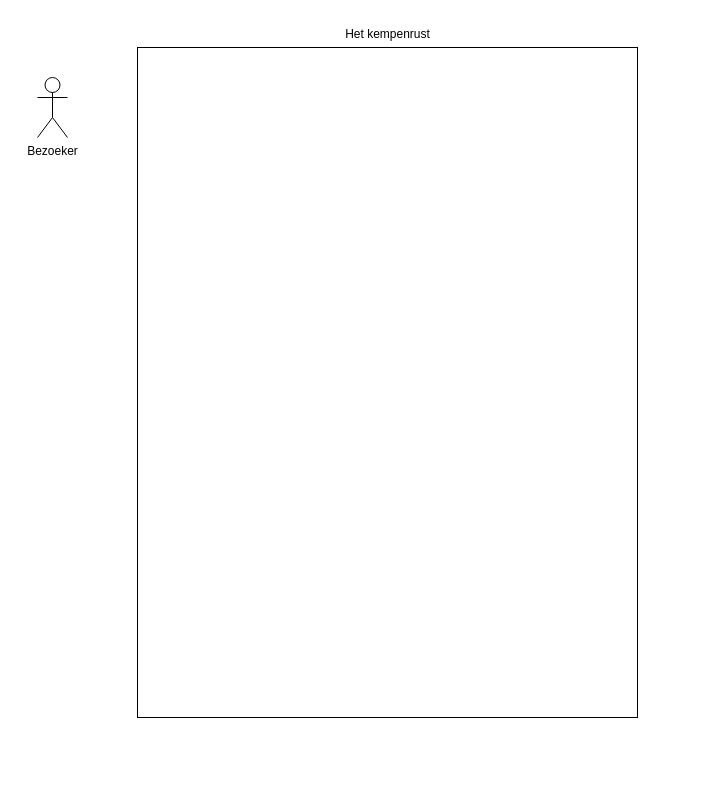
Above: Untitled Diagram.drawio in r0808423/ProjectUseCase (draw.io), before the change. Source tidied: cells renumbered, new cells numbered last; positions are measured from the earlier drawing's top-left corner, leaving out a move shared by most shapes. Both pictures are drawn from the tidied source at 100%, with x=0, y=0 at pixel (37, 24).
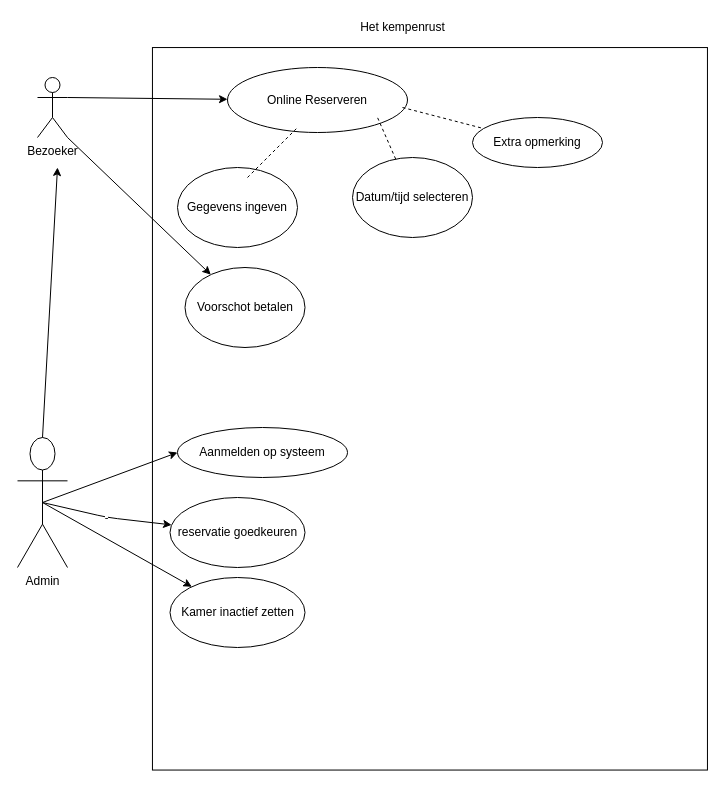
The same page after the edit.

The change refers to these unchanged cells:
```xml
<mxCell id="4" value="Bezoeker" style="shape=umlActor;verticalLabelPosition=bottom;labelBackgroundColor=#ffffff;verticalAlign=top;html=1;outlineConnect=0;" parent="1" vertex="1">
  <mxGeometry y="53" width="30" height="60" as="geometry" />
</mxCell>
```

What changed in the source:
```diff
@@
-    <mxCell id="2" style="rounded=0;whiteSpace=wrap;html=1;rotation=90;" parent="1" vertex="1">
-      <mxGeometry x="15" y="108" width="670" height="500" as="geometry" />
-    </mxCell>
     <mxCell id="3" value="Het kempenrust" style="text;html=1;align=center;verticalAlign=middle;" parent="1" vertex="1">
-      <mxGeometry x="300" width="100" height="20" as="geometry" />
+      <mxGeometry x="315" y="-7" width="100" height="20" as="geometry" />
     </mxCell>
@@
+    <mxCell id="5" value="Admin" style="shape=umlActor;verticalLabelPosition=bottom;labelBackgroundColor=#ffffff;verticalAlign=top;html=1;outlineConnect=0;" parent="1" vertex="1">
+      <mxGeometry x="-20" y="413" width="50" height="130" as="geometry" />
+    </mxCell>
+    <mxCell id="6" style="endArrow=classic;html=1;" parent="1" edge="1" source="2">
+      <mxGeometry relative="1" as="geometry">
+        <mxPoint x="380" y="313" as="targetPoint" />
+      </mxGeometry>
+    </mxCell>
+    <mxCell id="2" style="rounded=0;whiteSpace=wrap;html=1;rotation=90;" parent="1" vertex="1">
+      <mxGeometry x="31.2" y="106.8" width="722.5" height="555" as="geometry" />
+    </mxCell>
+    <mxCell id="7" style="endArrow=classic;html=1;exitX=0.5;exitY=0;exitDx=0;exitDy=0;exitPerimeter=0;" parent="1" edge="1" source="5">
+      <mxGeometry relative="1" as="geometry">
+        <mxPoint x="20" y="143" as="targetPoint" />
+      </mxGeometry>
+    </mxCell>
+    <mxCell id="8" value="Aanmelden op systeem" style="ellipse;whiteSpace=wrap;html=1;" parent="1" vertex="1">
+      <mxGeometry x="140" y="403" width="170" height="50" as="geometry" />
+    </mxCell>
+    <mxCell id="9" value="Online Reserveren" style="ellipse;whiteSpace=wrap;html=1;" parent="1" vertex="1">
+      <mxGeometry x="190" y="43" width="180" height="65" as="geometry" />
+    </mxCell>
+    <mxCell id="10" style="endArrow=classic;html=1;exitX=1;exitY=0.3333333333333333;exitDx=0;exitDy=0;exitPerimeter=0;" parent="1" edge="1" source="4" target="9">
+      <mxGeometry relative="1" as="geometry" />
+    </mxCell>
+    <mxCell id="11" style="endArrow=classic;html=1;entryX=0;entryY=0.5;entryDx=0;entryDy=0;exitX=0.5;exitY=0.5;exitDx=0;exitDy=0;exitPerimeter=0;" parent="1" edge="1" source="5" target="8">
+      <mxGeometry relative="1" as="geometry" />
+    </mxCell>
+    <mxCell id="12" value="Datum/tijd selecteren" style="ellipse;whiteSpace=wrap;html=1;" parent="1" vertex="1">
+      <mxGeometry x="315" y="133" width="120" height="80" as="geometry" />
+    </mxCell>
+    <mxCell id="13" value="Gegevens ingeven" style="ellipse;whiteSpace=wrap;html=1;" parent="1" vertex="1">
+      <mxGeometry x="140" y="143" width="120" height="80" as="geometry" />
+    </mxCell>
+    <mxCell id="14" value="Extra opmerking" style="ellipse;whiteSpace=wrap;html=1;" parent="1" vertex="1">
+      <mxGeometry x="435" y="93" width="130" height="50" as="geometry" />
+    </mxCell>
+    <mxCell id="15" value="-&lt;br&gt;" style="endArrow=classic;html=1;exitX=0.5;exitY=0.5;exitDx=0;exitDy=0;exitPerimeter=0;" parent="1" edge="1" source="5" target="16">
+      <mxGeometry relative="1" as="geometry">
+        <Array as="points">
+          <mxPoint x="70" y="493" />
+        </Array>
+      </mxGeometry>
+    </mxCell>
+    <mxCell id="16" value="reservatie goedkeuren" style="ellipse;whiteSpace=wrap;html=1;" parent="1" vertex="1">
+      <mxGeometry x="132.5" y="473" width="135" height="70" as="geometry" />
+    </mxCell>
+    <mxCell id="17" style="endArrow=none;dashed=1;html=1;" parent="1" edge="1">
+      <mxGeometry relative="1" as="geometry">
+        <mxPoint x="210" y="153" as="sourcePoint" />
+        <mxPoint x="260" y="103" as="targetPoint" />
+      </mxGeometry>
+    </mxCell>
+    <mxCell id="18" style="endArrow=none;dashed=1;html=1;" parent="1" edge="1" source="12">
+      <mxGeometry relative="1" as="geometry">
+        <mxPoint x="340" y="93" as="targetPoint" />
+      </mxGeometry>
+    </mxCell>
+    <mxCell id="19" style="endArrow=none;dashed=1;html=1;" parent="1" edge="1" target="14">
+      <mxGeometry relative="1" as="geometry">
+        <mxPoint x="365" y="83" as="sourcePoint" />
+      </mxGeometry>
+    </mxCell>
+    <mxCell id="20" value="Voorschot betalen" style="ellipse;whiteSpace=wrap;html=1;" parent="1" vertex="1">
+      <mxGeometry x="147.5" y="243" width="120" height="80" as="geometry" />
+    </mxCell>
+    <mxCell id="21" value="Kamer inactief zetten" style="ellipse;whiteSpace=wrap;html=1;" parent="1" vertex="1">
+      <mxGeometry x="132.5" y="553" width="135" height="70" as="geometry" />
+    </mxCell>
+    <mxCell id="22" style="endArrow=classic;html=1;exitX=0.5;exitY=0.5;exitDx=0;exitDy=0;exitPerimeter=0;" parent="1" edge="1" source="5" target="21">
+      <mxGeometry relative="1" as="geometry" />
+    </mxCell>
+    <mxCell id="23" style="endArrow=classic;html=1;exitX=1;exitY=1;exitDx=0;exitDy=0;exitPerimeter=0;" parent="1" edge="1" source="4" target="20">
+      <mxGeometry relative="1" as="geometry" />
+    </mxCell>
```
